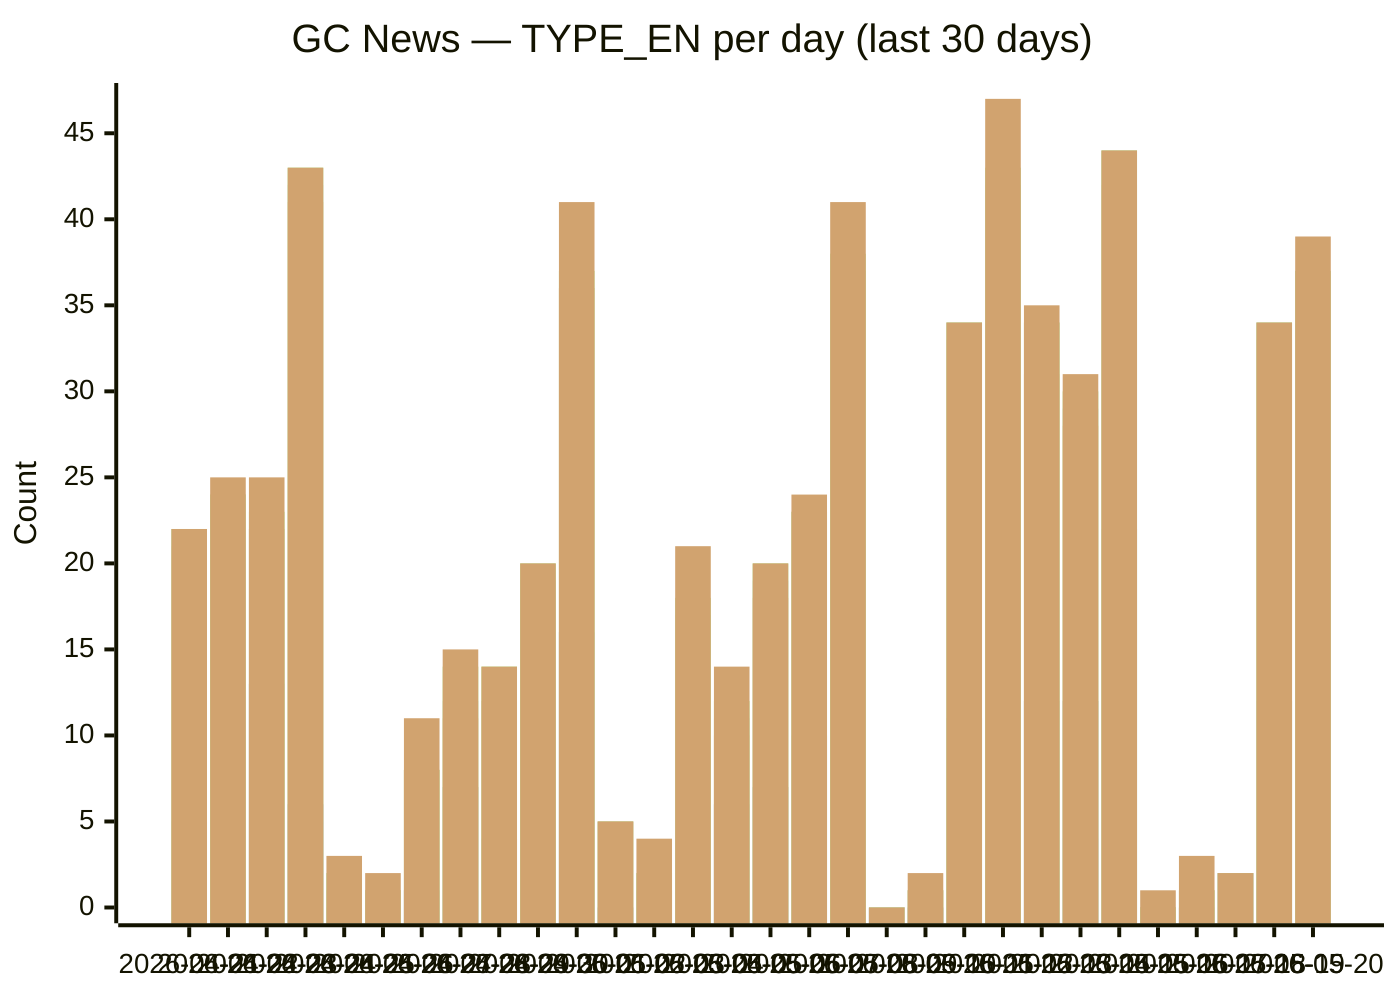
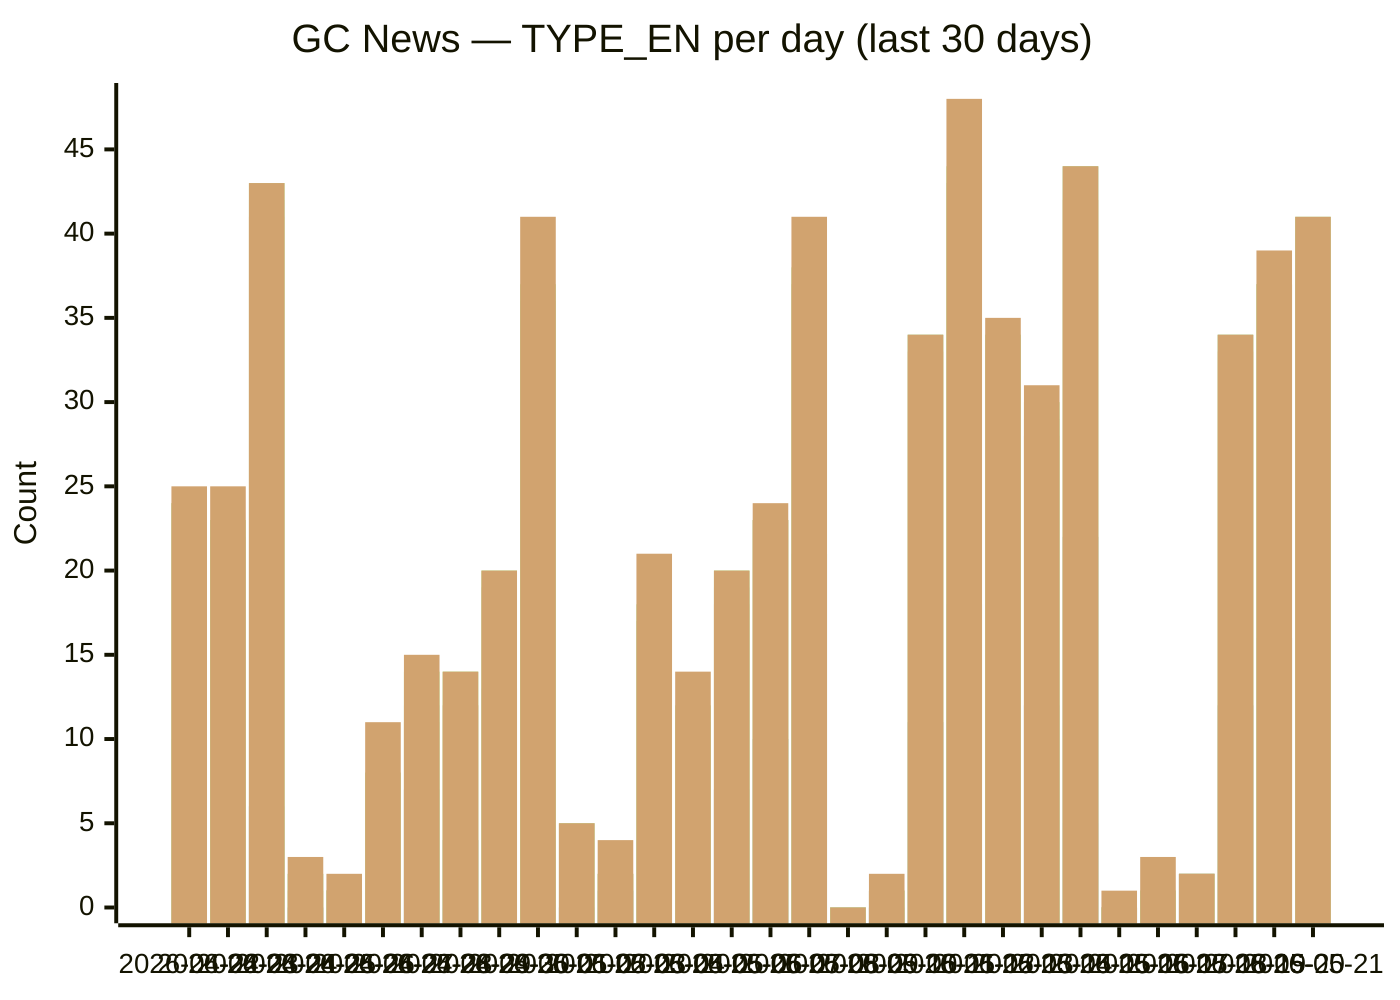
xychart-beta
  title "GC News — TYPE_EN per day (last 30 days)"
-   x-axis [2026-04-21, 2026-04-22, 2026-04-23, 2026-04-24, 2026-04-25, 2026-04-26, 2026-04-27, 2026-04-28, 2026-04-29, 2026-04-30, 2026-05-01, 2026-05-02, 2026-05-03, 2026-05-04, 2026-05-05, 2026-05-06, 2026-05-07, 2026-05-08, 2026-05-09, 2026-05-10, 2026-05-11, 2026-05-12, 2026-05-13, 2026-05-14, 2026-05-15, 2026-05-16, 2026-05-17, 2026-05-18, 2026-05-19, 2026-05-20]
-   y-axis "Count" 0 --> 47
-   bar backgrounders [1, 2, 1, 5, 0, 0, 1, 1, 0, 1, 1, 0, 0, 2, 1, 2, 0, 5, 0, 0, 2, 6, 2, 4, 5, 0, 0, 0, 1, 1]
-   bar "media advisories" [5, 10, 13, 6, 0, 1, 1, 7, 4, 13, 16, 0, 1, 4, 6, 7, 10, 21, 0, 0, 11, 18, 12, 12, 22, 0, 0, 2, 12, 16]
-   bar "news releases" [21, 24, 22, 41, 1, 1, 8, 11, 12, 19, 36, 5, 2, 17, 10, 18, 23, 37, 0, 1, 33, 42, 31, 28, 42, 0, 1, 2, 33, 37]
-   bar readouts [22, 24, 22, 42, 2, 1, 8, 12, 12, 19, 36, 5, 2, 17, 11, 19, 23, 37, 0, 1, 34, 42, 34, 29, 44, 0, 1, 2, 34, 37]
-   bar speeches [22, 24, 23, 43, 2, 1, 8, 14, 14, 20, 37, 5, 2, 18, 12, 20, 23, 38, 0, 1, 34, 43, 34, 30, 44, 0, 1, 2, 34, 37]
-   bar statements [22, 25, 25, 43, 3, 2, 11, 15, 14, 20, 41, 5, 4, 21, 14, 20, 24, 41, 0, 2, 34, 47, 35, 31, 44, 1, 3, 2, 34, 39]
+   x-axis [2026-04-22, 2026-04-23, 2026-04-24, 2026-04-25, 2026-04-26, 2026-04-27, 2026-04-28, 2026-04-29, 2026-04-30, 2026-05-01, 2026-05-02, 2026-05-03, 2026-05-04, 2026-05-05, 2026-05-06, 2026-05-07, 2026-05-08, 2026-05-09, 2026-05-10, 2026-05-11, 2026-05-12, 2026-05-13, 2026-05-14, 2026-05-15, 2026-05-16, 2026-05-17, 2026-05-18, 2026-05-19, 2026-05-20, 2026-05-21]
+   y-axis "Count" 0 --> 48
+   bar backgrounders [2, 1, 5, 0, 0, 1, 1, 0, 1, 1, 0, 0, 2, 1, 2, 0, 5, 0, 0, 2, 6, 2, 4, 5, 0, 0, 0, 1, 1, 3]
+   bar "media advisories" [10, 13, 6, 0, 1, 1, 7, 4, 13, 16, 0, 1, 4, 6, 7, 10, 21, 0, 0, 11, 18, 12, 12, 22, 0, 0, 2, 12, 16, 9]
+   bar "news releases" [24, 22, 41, 1, 1, 8, 11, 12, 19, 36, 5, 2, 17, 10, 18, 23, 37, 0, 1, 33, 43, 31, 28, 42, 0, 1, 2, 33, 37, 37]
+   bar readouts [24, 22, 42, 2, 1, 8, 12, 12, 19, 36, 5, 2, 17, 11, 19, 23, 37, 0, 1, 34, 43, 34, 29, 44, 0, 1, 2, 34, 37, 40]
+   bar speeches [24, 23, 43, 2, 1, 8, 14, 14, 20, 37, 5, 2, 18, 12, 20, 23, 38, 0, 1, 34, 44, 34, 30, 44, 0, 1, 2, 34, 37, 41]
+   bar statements [25, 25, 43, 3, 2, 11, 15, 14, 20, 41, 5, 4, 21, 14, 20, 24, 41, 0, 2, 34, 48, 35, 31, 44, 1, 3, 2, 34, 39, 41]
